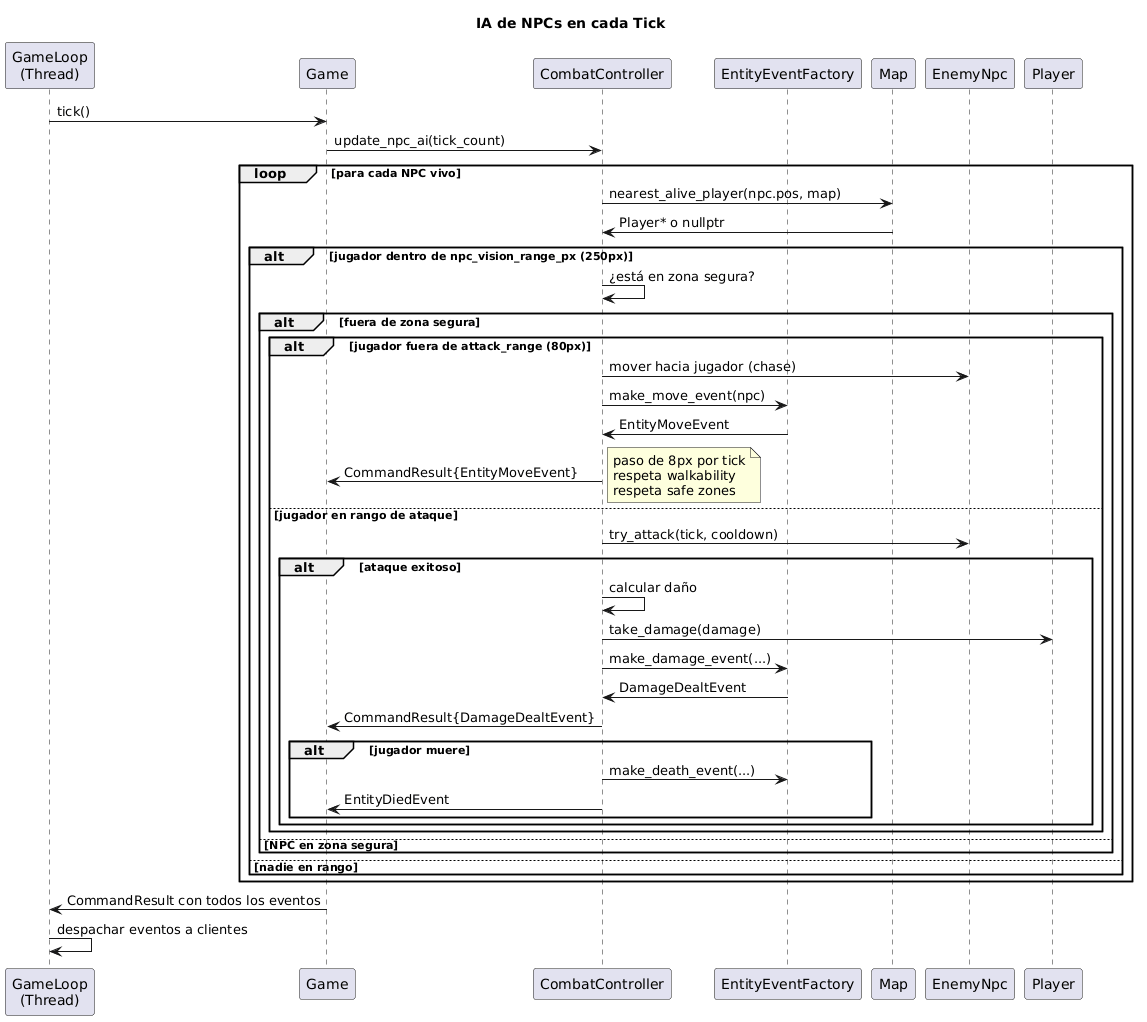
MateoGonzalezPautaso/Argentum-MALT keeps this PlantUML diagram as docs/images/uml/npc_ai.png. Above is the earlier version.
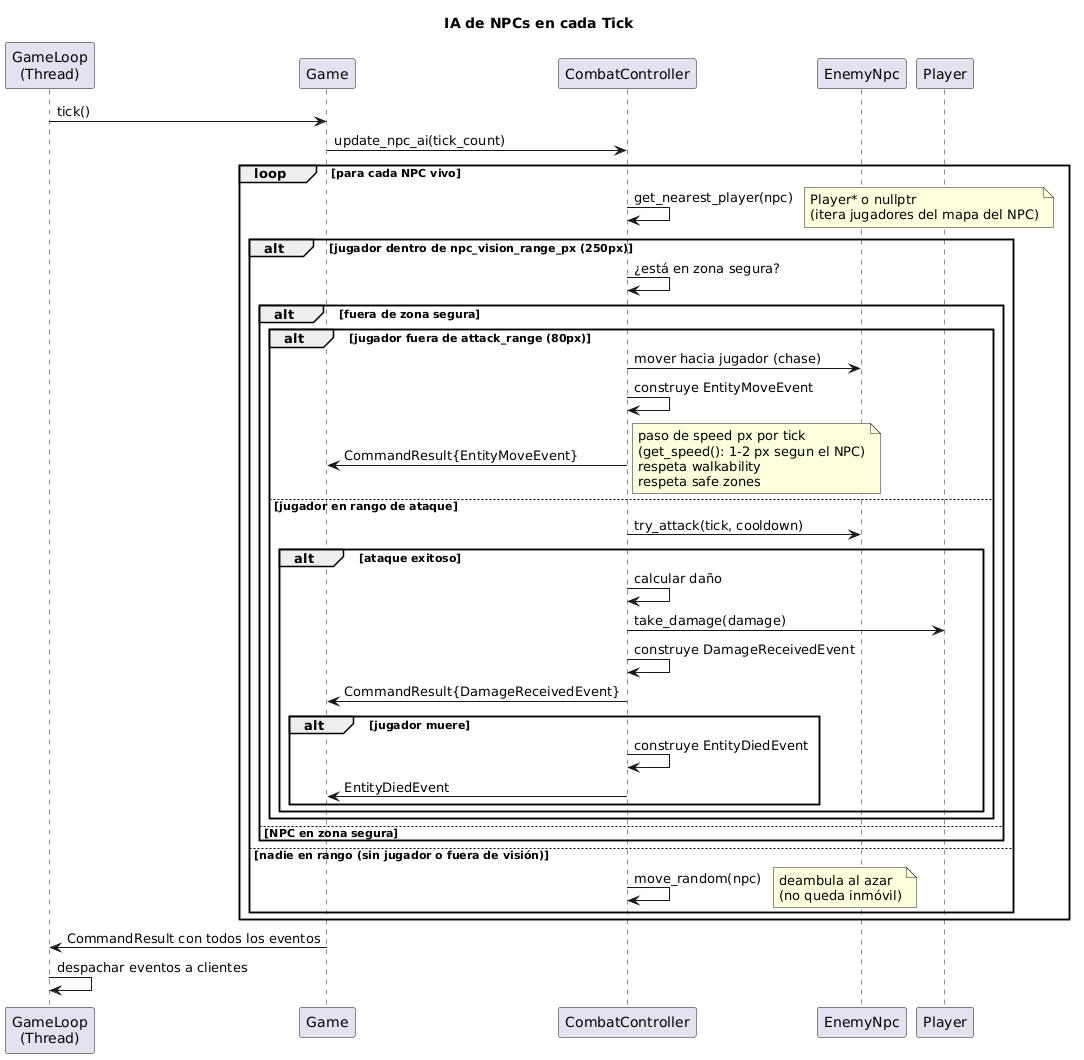
Later version of the same file.

Change to the diagram source:
```diff
@@ -4,8 +4,6 @@
 participant "GameLoop\n(Thread)" as GL
 participant Game
 participant CombatController as CC
-participant EntityEventFactory as EF
-participant Map
 participant EnemyNpc as NPC
 participant Player as P
 
@@ -13,28 +11,26 @@
 Game -> CC: update_npc_ai(tick_count)
 
 loop para cada NPC vivo
-  CC -> Map: nearest_alive_player(npc.pos, map)
-  Map -> CC: Player* o nullptr
+  CC -> CC: get_nearest_player(npc)
+  note right: Player* o nullptr\n(itera jugadores del mapa del NPC)
 
   alt jugador dentro de npc_vision_range_px (250px)
     CC -> CC: ¿está en zona segura?
     alt fuera de zona segura
       alt jugador fuera de attack_range (80px)
         CC -> NPC: mover hacia jugador (chase)
-        CC -> EF: make_move_event(npc)
-        EF -> CC: EntityMoveEvent
+        CC -> CC: construye EntityMoveEvent
         CC -> Game: CommandResult{EntityMoveEvent}
-        note right: paso de 8px por tick\nrespeta walkability\nrespeta safe zones
+        note right: paso de speed px por tick\n(get_speed(): 1-2 px segun el NPC)\nrespeta walkability\nrespeta safe zones
       else jugador en rango de ataque
         CC -> NPC: try_attack(tick, cooldown)
         alt ataque exitoso
           CC -> CC: calcular daño
           CC -> P: take_damage(damage)
-          CC -> EF: make_damage_event(...)
-          EF -> CC: DamageDealtEvent
-          CC -> Game: CommandResult{DamageDealtEvent}
+          CC -> CC: construye DamageReceivedEvent
+          CC -> Game: CommandResult{DamageReceivedEvent}
           alt jugador muere
-            CC -> EF: make_death_event(...)
+            CC -> CC: construye EntityDiedEvent
             CC -> Game: EntityDiedEvent
           end
         end
@@ -42,8 +38,9 @@
     else NPC en zona segura
       note right: NPC no ataca ni\npersigue en safe zones
     end
-  else nadie en rango
-    note right: NPC idle, sin acción
+  else nadie en rango (sin jugador o fuera de visión)
+    CC -> CC: move_random(npc)
+    note right: deambula al azar\n(no queda inmóvil)
   end
 end
 
```
